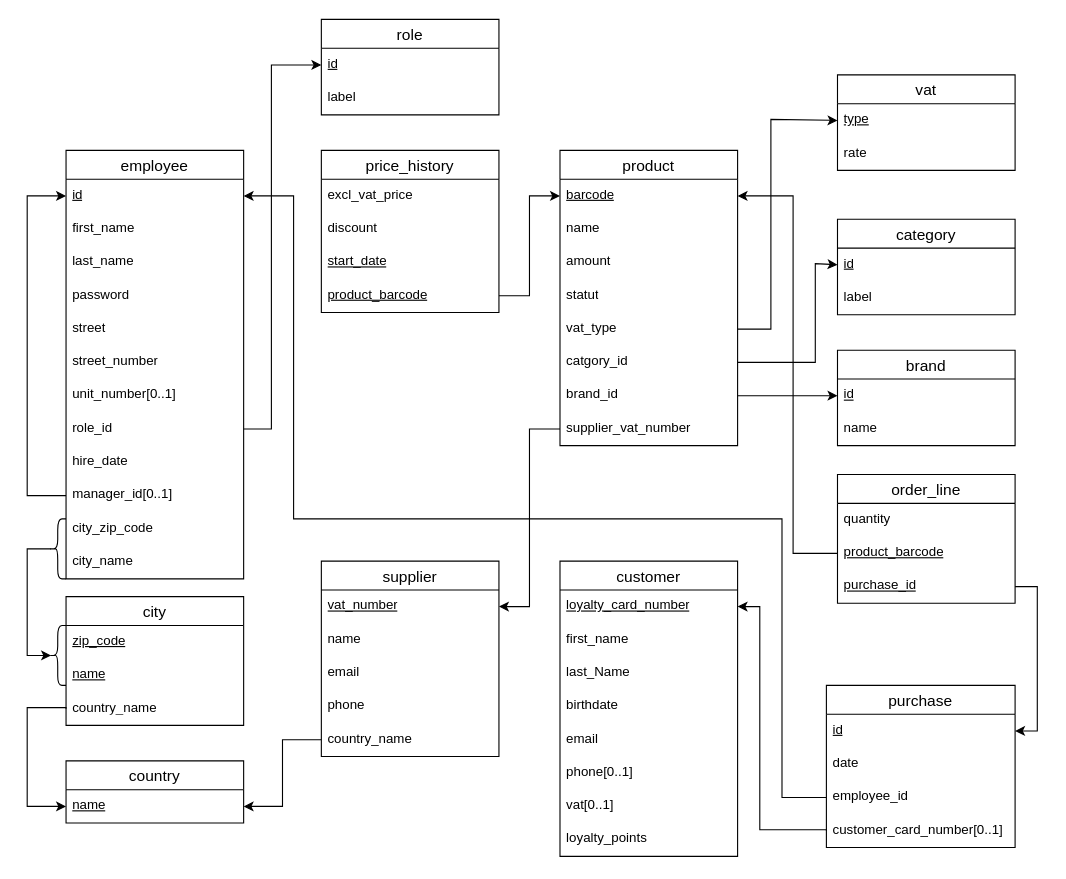
This is docs/DB/Relational_diagram.drawio from maxoux53/petit-bazar, a draw.io file, before an edit. Source tidied: cells renumbered, new cells numbered last; positions are measured from the earlier drawing's top-left corner, leaving out a move shared by most shapes. Both pictures are drawn from the tidied source at 111%, with x=0, y=0 at pixel (27, 19).
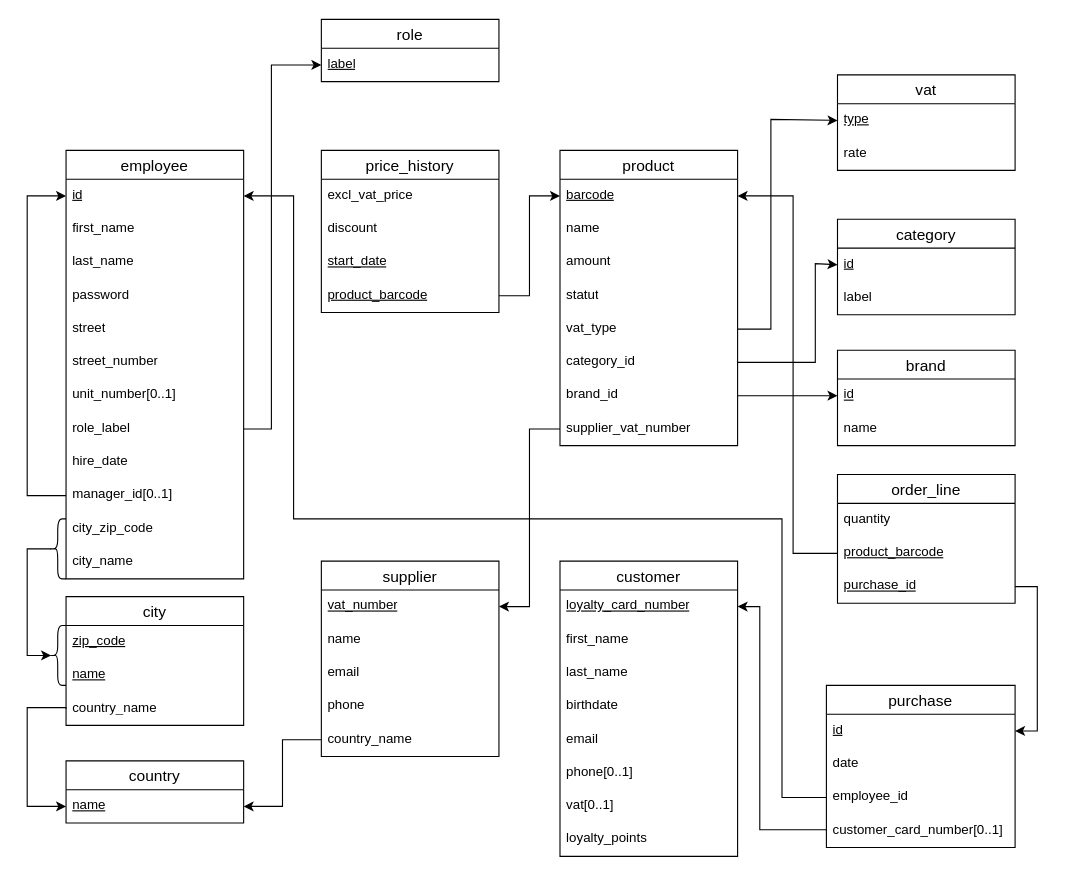
After the change.

The change refers to these unchanged cells:
```xml
<mxCell id="2" value="employee" style="swimlane;fontStyle=0;horizontal=1;startSize=26;align=center;fontSize=14;" parent="1" vertex="1">
  <mxGeometry x="35" y="118" width="160" height="386" as="geometry" />
</mxCell>
<mxCell id="16" value="product" style="swimlane;fontStyle=0;horizontal=1;startSize=26;align=center;fontSize=14;" parent="1" vertex="1">
  <mxGeometry x="480" y="118" width="160" height="266" as="geometry" />
</mxCell>
<mxCell id="45" value="customer" style="swimlane;fontStyle=0;horizontal=1;startSize=26;align=center;fontSize=14;" parent="1" vertex="1">
  <mxGeometry x="480" y="488" width="160" height="266" as="geometry" />
</mxCell>
```

The edit, as a diff of the source:
```diff
@@
-    <mxCell id="10" value="role_id" style="text;strokeColor=none;fillColor=none;spacingLeft=4;spacingRight=4;overflow=hidden;points=[[0,0.5],[1,0.5]];portConstraint=eastwest;fontSize=12;whiteSpace=wrap;html=1;" parent="2" vertex="1">
+    <mxCell id="10" value="role_label" style="text;strokeColor=none;fillColor=none;spacingLeft=4;spacingRight=4;overflow=hidden;points=[[0,0.5],[1,0.5]];portConstraint=eastwest;fontSize=12;whiteSpace=wrap;html=1;" parent="2" vertex="1">
       <mxGeometry y="236" width="160" height="30" as="geometry" />
     </mxCell>
@@
-    <mxCell id="22" value="catgory_id" style="text;strokeColor=none;fillColor=none;spacingLeft=4;spacingRight=4;overflow=hidden;points=[[0,0.5],[1,0.5]];portConstraint=eastwest;fontSize=12;whiteSpace=wrap;html=1;" parent="16" vertex="1">
+    <mxCell id="22" value="category_id" style="text;strokeColor=none;fillColor=none;spacingLeft=4;spacingRight=4;overflow=hidden;points=[[0,0.5],[1,0.5]];portConstraint=eastwest;fontSize=12;whiteSpace=wrap;html=1;" parent="16" vertex="1">
       <mxGeometry y="176" width="160" height="30" as="geometry" />
     </mxCell>
@@
-    <mxCell id="48" value="last_Name" style="text;strokeColor=none;fillColor=none;spacingLeft=4;spacingRight=4;overflow=hidden;fontSize=12;whiteSpace=wrap;html=1;" parent="45" vertex="1">
+    <mxCell id="48" value="last_name" style="text;strokeColor=none;fillColor=none;spacingLeft=4;spacingRight=4;overflow=hidden;fontSize=12;whiteSpace=wrap;html=1;" parent="45" vertex="1">
       <mxGeometry y="86" width="160" height="30" as="geometry" />
     </mxCell>
@@
     <mxCell id="69" value="role" style="swimlane;fontStyle=0;horizontal=1;startSize=26;align=center;fontSize=14;" parent="1" vertex="1">
-      <mxGeometry x="265" width="160" height="86" as="geometry" />
+      <mxGeometry x="265" width="160" height="56" as="geometry" />
     </mxCell>
-    <mxCell id="70" value="&lt;u&gt;id&lt;/u&gt;" style="text;strokeColor=none;fillColor=none;spacingLeft=4;spacingRight=4;overflow=hidden;points=[[0,0.5],[1,0.5]];portConstraint=eastwest;fontSize=12;whiteSpace=wrap;html=1;" parent="69" vertex="1">
+    <mxCell id="70" value="&lt;u&gt;label&lt;/u&gt;" style="text;strokeColor=none;fillColor=none;spacingLeft=4;spacingRight=4;overflow=hidden;points=[[0,0.5],[1,0.5]];portConstraint=eastwest;fontSize=12;whiteSpace=wrap;html=1;" parent="69" vertex="1">
       <mxGeometry y="26" width="160" height="30" as="geometry" />
     </mxCell>
-    <mxCell id="71" value="label" style="text;strokeColor=none;fillColor=none;spacingLeft=4;spacingRight=4;overflow=hidden;fontSize=12;whiteSpace=wrap;html=1;" parent="69" vertex="1">
-      <mxGeometry y="56" width="160" height="30" as="geometry" />
-    </mxCell>
```
